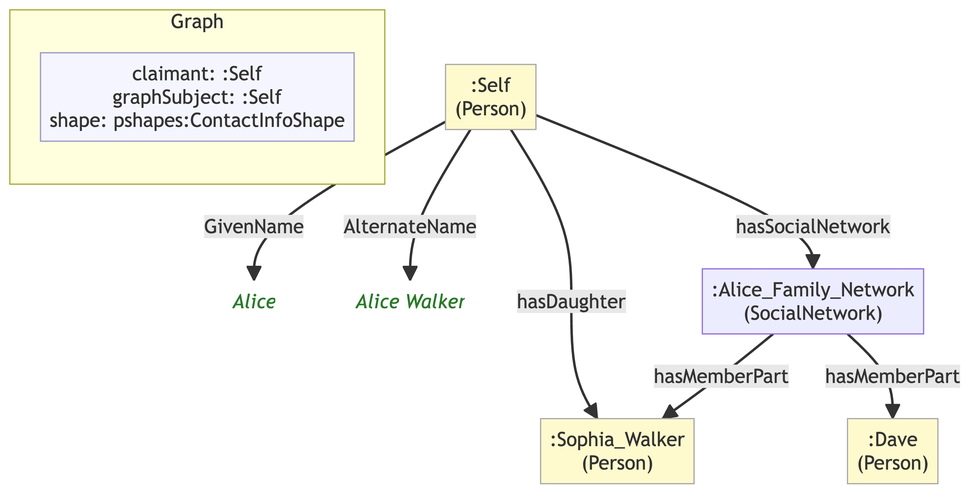
MeeFoundation/mia-ontologies keeps this Mermaid diagram as example/graphs/images/graph-21.png. Above is the earlier version. Its source is kept beside it as example/graphs/images/graph-21.mmd.
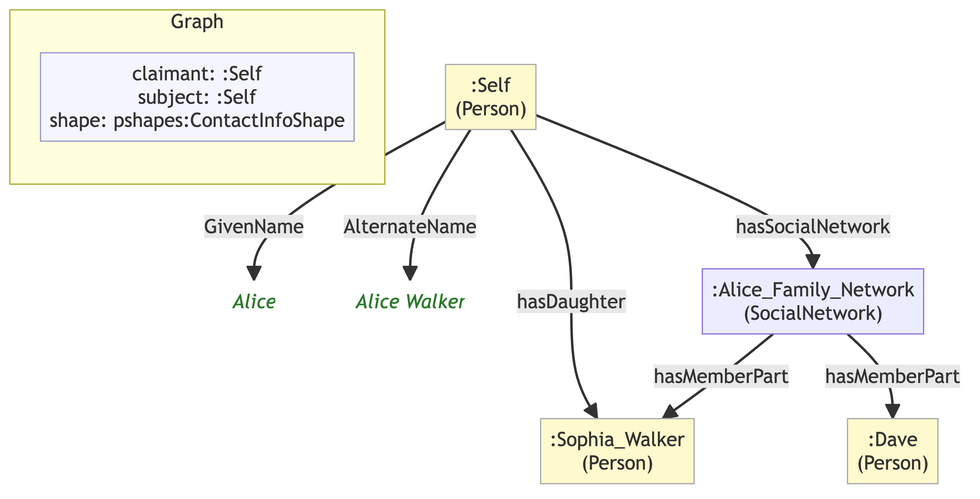
After the commit.

Diff of the diagram source:
```diff
@@ -7,19 +7,19 @@
 
     subgraph ctx["Graph"]
         direction LR
-        ctx_meta["claimant: :Self\ngraphSubject: :Self\nshape: pshapes:ContactInfoShape"]:::meta
+        ctx_meta["claimant: :Self\nsubject: :Self\nshape: pshapes:ContactInfoShape"]:::meta
     end
 
     nc9c36369e5d0[":Alice_Family_Network\n(SocialNetwork)"]
     ndcbfaa4fbe46[":Sophia_Walker\n(Person)"]:::person
     nb69bdc5e9e9b[":Dave\n(Person)"]:::person
     n655e442e50be[":Self\n(Person)"]:::person
-    nc160c7c0feeb("Alice"):::lit
-    n8adf64b14ef6("Alice Walker"):::lit
+    ne18475a46cd8("Alice"):::lit
+    nb0b97a18b4aa("Alice Walker"):::lit
 
     nc9c36369e5d0 -->|"hasMemberPart"| ndcbfaa4fbe46
     nc9c36369e5d0 -->|"hasMemberPart"| nb69bdc5e9e9b
-    n655e442e50be -->|"GivenName"| nc160c7c0feeb
-    n655e442e50be -->|"AlternateName"| n8adf64b14ef6
+    n655e442e50be -->|"GivenName"| ne18475a46cd8
+    n655e442e50be -->|"AlternateName"| nb0b97a18b4aa
     n655e442e50be -->|"hasDaughter"| ndcbfaa4fbe46
     n655e442e50be -->|"hasSocialNetwork"| nc9c36369e5d0
```
